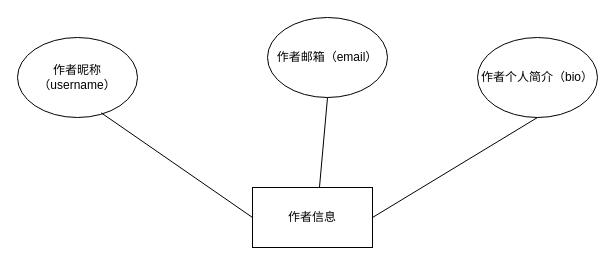
The draw.io diagram diagrams/作者信息E-R图.drawio in real-jiakai/draw, before the edit. Source tidied: cells renumbered, new cells numbered last; positions are measured from the earlier drawing's top-left corner, leaving out a move shared by most shapes. Both pictures are drawn from the tidied source at 100%, with x=0, y=0 at pixel (17, 17).
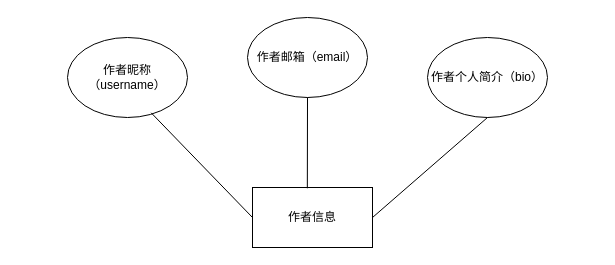
Above is the later version.

Commit message:
Update 作者信息E-R图.drawio

Change to the diagram source:
```diff
@@
 <mxGraphModel>
   <root>
     <mxCell id="0" />
     <mxCell id="1" parent="0" />
     <mxCell id="2" value="作者信息" style="rounded=0;whiteSpace=wrap;html=1;" parent="1" vertex="1">
       <mxGeometry x="235" y="170" width="120" height="60" as="geometry" />
     </mxCell>
     <mxCell id="3" value="作者昵称（username）" style="ellipse;whiteSpace=wrap;html=1;" parent="1" vertex="1">
-      <mxGeometry y="20" width="120" height="80" as="geometry" />
+      <mxGeometry x="50" y="20" width="120" height="80" as="geometry" />
     </mxCell>
     <mxCell id="4" value="作者邮箱（email）" style="ellipse;whiteSpace=wrap;html=1;" parent="1" vertex="1">
-      <mxGeometry x="250" width="120" height="80" as="geometry" />
+      <mxGeometry x="230" width="120" height="80" as="geometry" />
     </mxCell>
     <mxCell id="5" value="作者个人简介（bio）" style="ellipse;whiteSpace=wrap;html=1;" parent="1" vertex="1">
-      <mxGeometry x="460" y="20" width="120" height="80" as="geometry" />
+      <mxGeometry x="410" y="20" width="120" height="80" as="geometry" />
     </mxCell>
     <mxCell id="6" style="endArrow=none;html=1;rounded=0;entryX=0.697;entryY=0.941;entryDx=0;entryDy=0;entryPerimeter=0;exitX=0;exitY=0.5;exitDx=0;exitDy=0;" parent="1" edge="1" source="2" target="3">
       <mxGeometry relative="1" as="geometry" />
     </mxCell>
-    <mxCell id="7" style="endArrow=none;html=1;rounded=0;exitX=0.558;exitY=0;exitDx=0;exitDy=0;exitPerimeter=0;entryX=0.5;entryY=1;entryDx=0;entryDy=0;" parent="1" edge="1" source="2" target="4">
-      <mxGeometry relative="1" as="geometry" />
-    </mxCell>
     <mxCell id="8" style="endArrow=none;html=1;rounded=0;exitX=1;exitY=0.5;exitDx=0;exitDy=0;entryX=0.5;entryY=1;entryDx=0;entryDy=0;" parent="1" edge="1" source="2" target="5">
       <mxGeometry relative="1" as="geometry" />
     </mxCell>
+    <mxCell id="9" style="endArrow=none;html=1;rounded=0;exitX=0.457;exitY=0.013;exitDx=0;exitDy=0;exitPerimeter=0;" parent="1" edge="1" source="2">
+      <mxGeometry relative="1" as="geometry">
+        <mxPoint x="290" y="80" as="targetPoint" />
+      </mxGeometry>
+    </mxCell>
   </root>
 </mxGraphModel>
```
